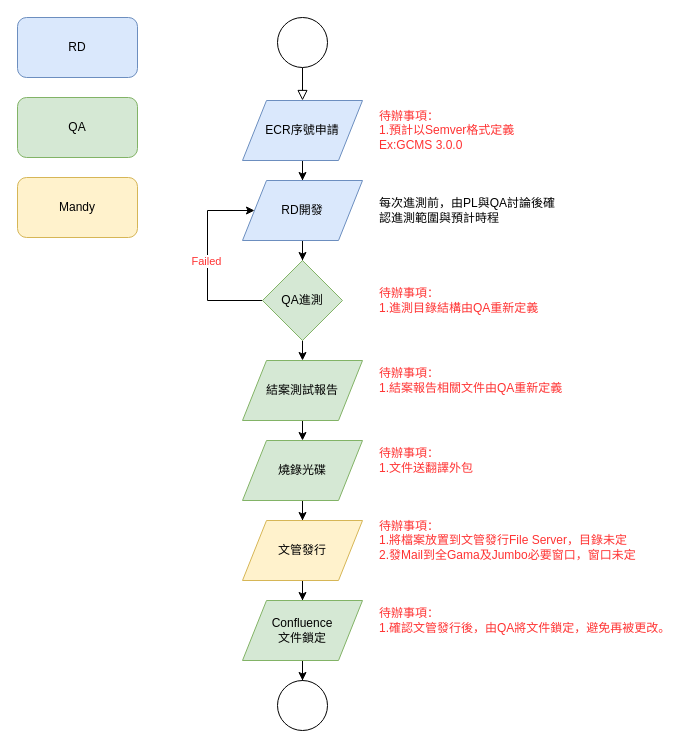
This is GamaECR.drawio from pingle1202/GamaWorkFlow, a draw.io file, before an edit. Source tidied: cells renumbered, new cells numbered last; positions are measured from the earlier drawing's top-left corner, leaving out a move shared by most shapes. Both pictures are drawn from the tidied source at 100%, with x=0, y=0 at pixel (17, 17).
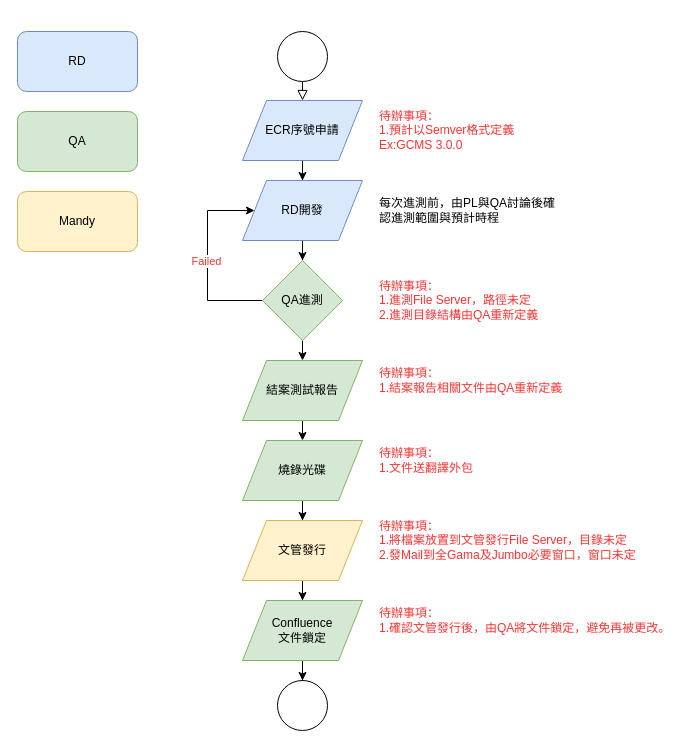
After the change.

What changed in the source:
```diff
@@
     <mxCell id="5" style="ellipse;whiteSpace=wrap;html=1;" parent="1" vertex="1">
-      <mxGeometry x="260" width="50" height="50" as="geometry" />
+      <mxGeometry x="260" y="14" width="50" height="50" as="geometry" />
     </mxCell>
@@
     <mxCell id="20" value="RD" style="rounded=1;whiteSpace=wrap;html=1;align=center;fillColor=#dae8fc;strokeColor=#6c8ebf;" parent="1" vertex="1">
-      <mxGeometry width="120" height="60" as="geometry" />
+      <mxGeometry y="14" width="120" height="60" as="geometry" />
     </mxCell>
     <mxCell id="21" value="QA" style="rounded=1;whiteSpace=wrap;html=1;align=center;fillColor=#d5e8d4;strokeColor=#82b366;" parent="1" vertex="1">
-      <mxGeometry y="80" width="120" height="60" as="geometry" />
+      <mxGeometry y="94" width="120" height="60" as="geometry" />
     </mxCell>
     <mxCell id="22" value="Mandy" style="rounded=1;whiteSpace=wrap;html=1;align=center;fillColor=#fff2cc;strokeColor=#d6b656;" parent="1" vertex="1">
-      <mxGeometry y="160" width="120" height="60" as="geometry" />
+      <mxGeometry y="174" width="120" height="60" as="geometry" />
     </mxCell>
@@
-    <mxCell id="30" value="待辦事項：&lt;br&gt;1.進測目錄結構由QA重新定義" style="text;html=1;strokeColor=none;fillColor=none;align=left;verticalAlign=middle;whiteSpace=wrap;rounded=0;fontColor=#FF3333;" parent="1" vertex="1">
+    <mxCell id="30" value="待辦事項：&lt;br&gt;1.進測File Server，路徑未定&lt;br&gt;2.進測目錄結構由QA重新定義" style="text;html=1;strokeColor=none;fillColor=none;align=left;verticalAlign=middle;whiteSpace=wrap;rounded=0;fontColor=#FF3333;" parent="1" vertex="1">
       <mxGeometry x="360" y="263" width="190" height="40" as="geometry" />
     </mxCell>
```
